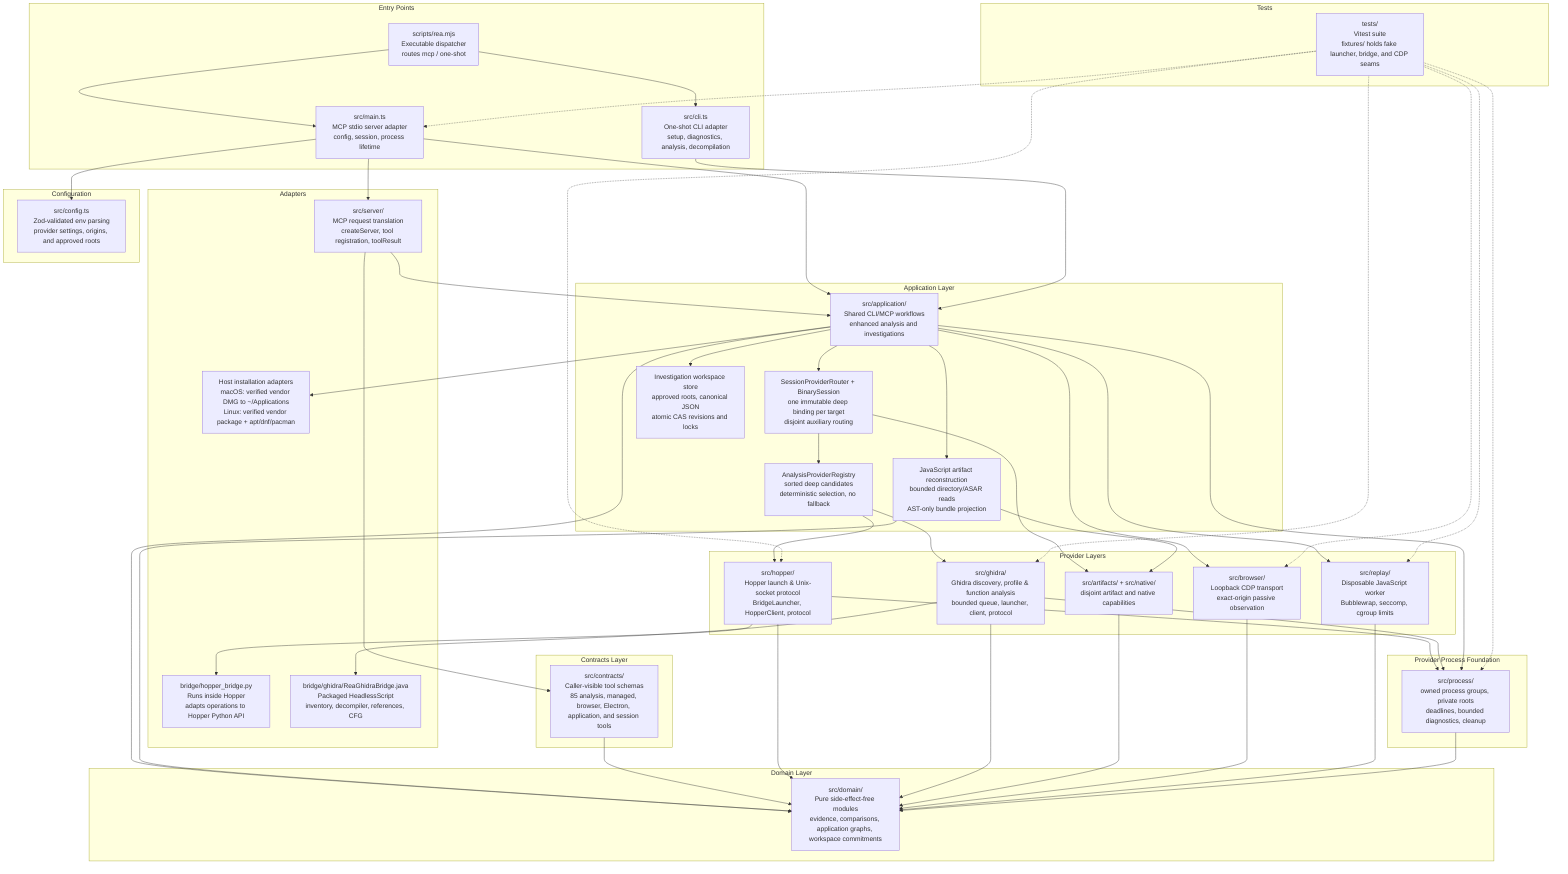
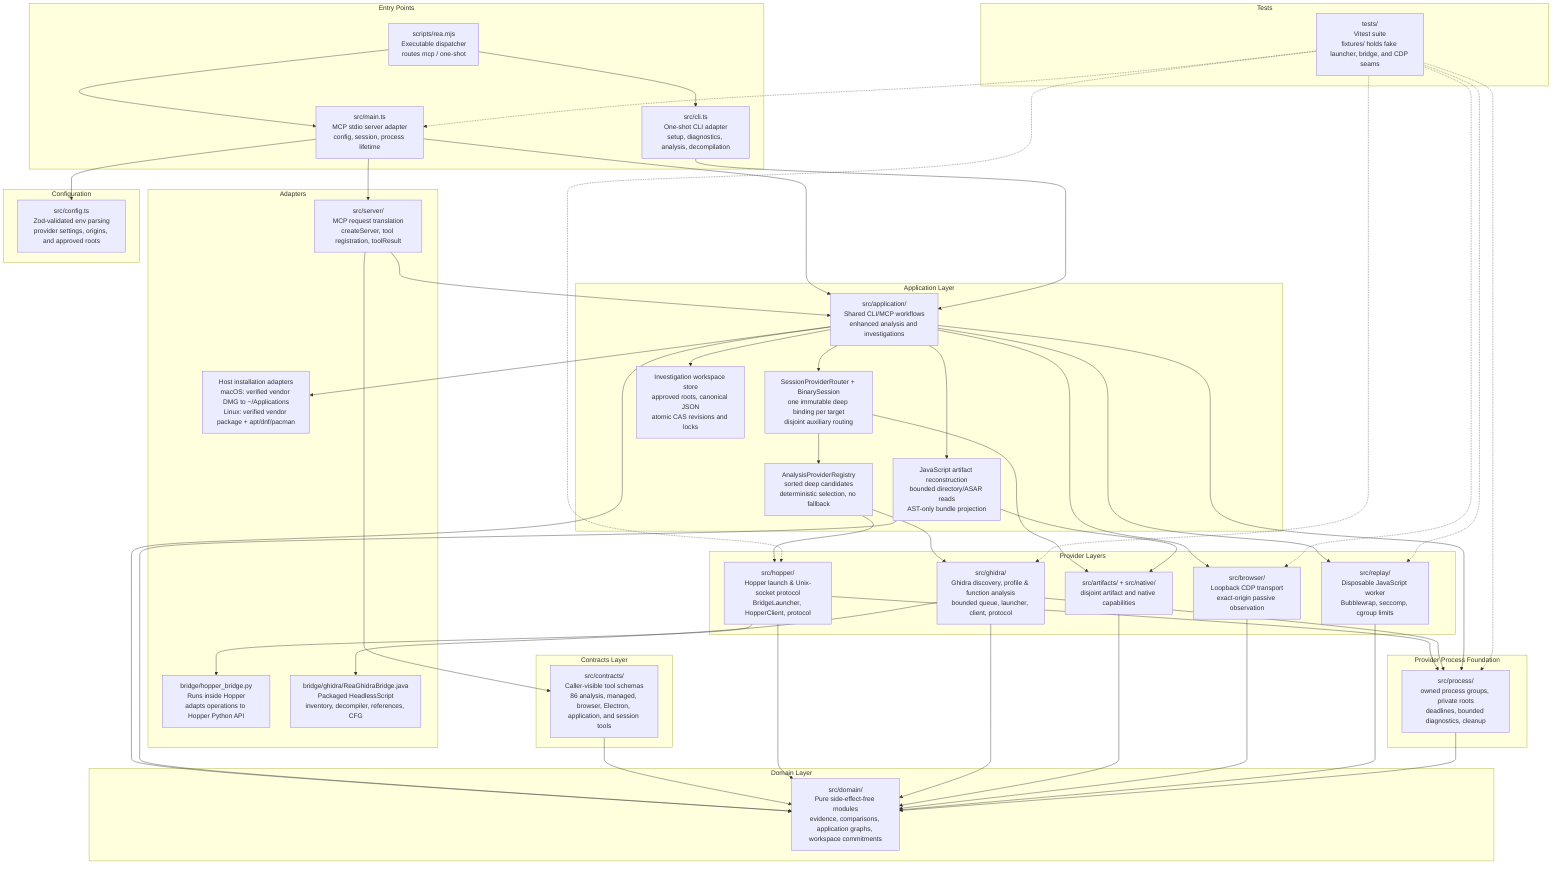
graph TD
    subgraph "Entry Points"
        CLI["src/cli.ts<br/>One-shot CLI adapter<br/>setup, diagnostics, analysis, decompilation"]
        MAIN["src/main.ts<br/>MCP stdio server adapter<br/>config, session, process lifetime"]
        DISPATCH["scripts/rea.mjs<br/>Executable dispatcher<br/>routes mcp / one-shot"]
    end

    subgraph "Adapters"
        SERVER["src/server/<br/>MCP request translation<br/>createServer, tool registration, toolResult"]
        HOPPER_BRIDGE["bridge/hopper_bridge.py<br/>Runs inside Hopper<br/>adapts operations to Hopper Python API"]
        GHIDRA_BRIDGE["bridge/ghidra/ReaGhidraBridge.java<br/>Packaged HeadlessScript<br/>inventory, decompiler, references, CFG"]
        INSTALL["Host installation adapters<br/>macOS: verified vendor DMG to ~/Applications<br/>Linux: verified vendor package + apt/dnf/pacman"]
    end

    subgraph "Application Layer"
        APP["src/application/<br/>Shared CLI/MCP workflows<br/>enhanced analysis and investigations"]
        SESSION["SessionProviderRouter + BinarySession<br/>one immutable deep binding per target<br/>disjoint auxiliary routing"]
        REGISTRY["AnalysisProviderRegistry<br/>sorted deep candidates<br/>deterministic selection, no fallback"]
        WORKSPACE["Investigation workspace store<br/>approved roots, canonical JSON<br/>atomic CAS revisions and locks"]
        JS_RECON["JavaScript artifact reconstruction<br/>bounded directory/ASAR reads<br/>AST-only bundle projection"]
    end

    subgraph "Provider Layers"
        HOPPER["src/hopper/<br/>Hopper launch & Unix-socket protocol<br/>BridgeLauncher, HopperClient, protocol"]
        GHIDRA["src/ghidra/<br/>Ghidra discovery, profile & function analysis<br/>bounded queue, launcher, client, protocol"]
        AUX["src/artifacts/ + src/native/<br/>disjoint artifact and native capabilities"]
        BROWSER["src/browser/<br/>Loopback CDP transport<br/>exact-origin passive observation"]
        REPLAY["src/replay/<br/>Disposable JavaScript worker<br/>Bubblewrap, seccomp, cgroup limits"]
    end

    subgraph "Provider Process Foundation"
        PROCESS["src/process/<br/>owned process groups, private roots<br/>deadlines, bounded diagnostics, cleanup"]
    end

    subgraph "Contracts Layer"
-         CONTRACTS["src/contracts/<br/>Caller-visible tool schemas<br/>85 analysis, managed, browser, Electron, application, and session tools"]
+         CONTRACTS["src/contracts/<br/>Caller-visible tool schemas<br/>86 analysis, managed, browser, Electron, application, and session tools"]
    end

    subgraph "Domain Layer"
        DOMAIN["src/domain/<br/>Pure side-effect-free modules<br/>evidence, comparisons, application graphs, workspace commitments"]
    end

    subgraph "Configuration"
        CONFIG["src/config.ts<br/>Zod-validated env parsing<br/>provider settings, origins, and approved roots"]
    end

    subgraph "Tests"
        TESTS["tests/<br/>Vitest suite<br/>fixtures/ holds fake launcher, bridge, and CDP seams"]
    end

    DISPATCH --> CLI
    DISPATCH --> MAIN
    MAIN --> CONFIG
    MAIN --> SERVER
    MAIN --> APP
    CLI --> APP
    APP --> SESSION
    SESSION --> REGISTRY
    REGISTRY --> HOPPER
    REGISTRY --> GHIDRA
    SESSION --> AUX
    APP --> WORKSPACE
    APP --> JS_RECON
    APP --> INSTALL
    SERVER --> CONTRACTS
    SERVER --> APP
    APP --> BROWSER
    APP --> REPLAY
    HOPPER --> HOPPER_BRIDGE
    GHIDRA --> GHIDRA_BRIDGE
    HOPPER --> PROCESS
    GHIDRA --> PROCESS
    APP --> PROCESS
    APP --> DOMAIN
    JS_RECON --> AUX
    JS_RECON --> DOMAIN
    CONTRACTS --> DOMAIN
    HOPPER --> DOMAIN
    GHIDRA --> DOMAIN
    AUX --> DOMAIN
    BROWSER --> DOMAIN
    REPLAY --> DOMAIN
    PROCESS --> DOMAIN
    TESTS -.-> MAIN
    TESTS -.-> HOPPER
    TESTS -.-> GHIDRA
    TESTS -.-> PROCESS
    TESTS -.-> BROWSER
    TESTS -.-> REPLAY
